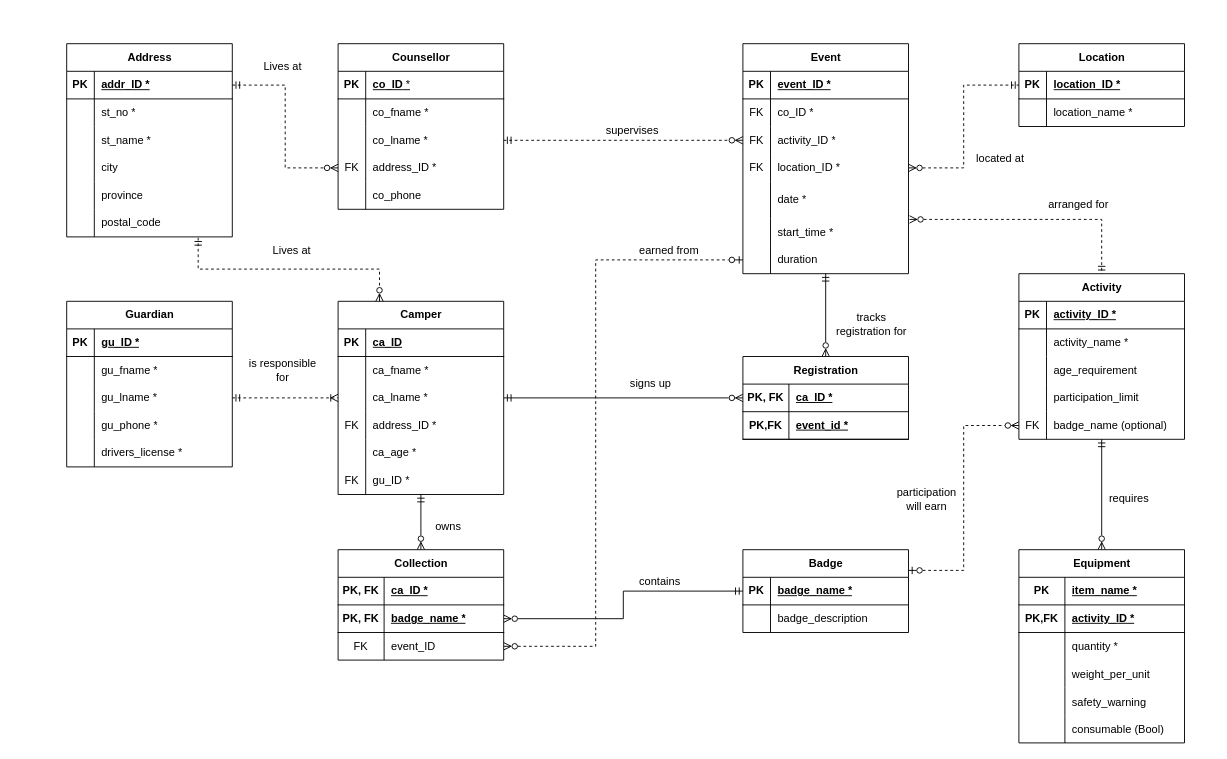
This is Camp ERD.drawio from zhrangui/torontomu, a draw.io file, before an edit. Source tidied: cells renumbered, new cells numbered last; positions are measured from the earlier drawing's top-left corner, leaving out a move shared by most shapes. Both pictures are drawn from the tidied source at 92%, with x=0, y=0 at pixel (66, 43).
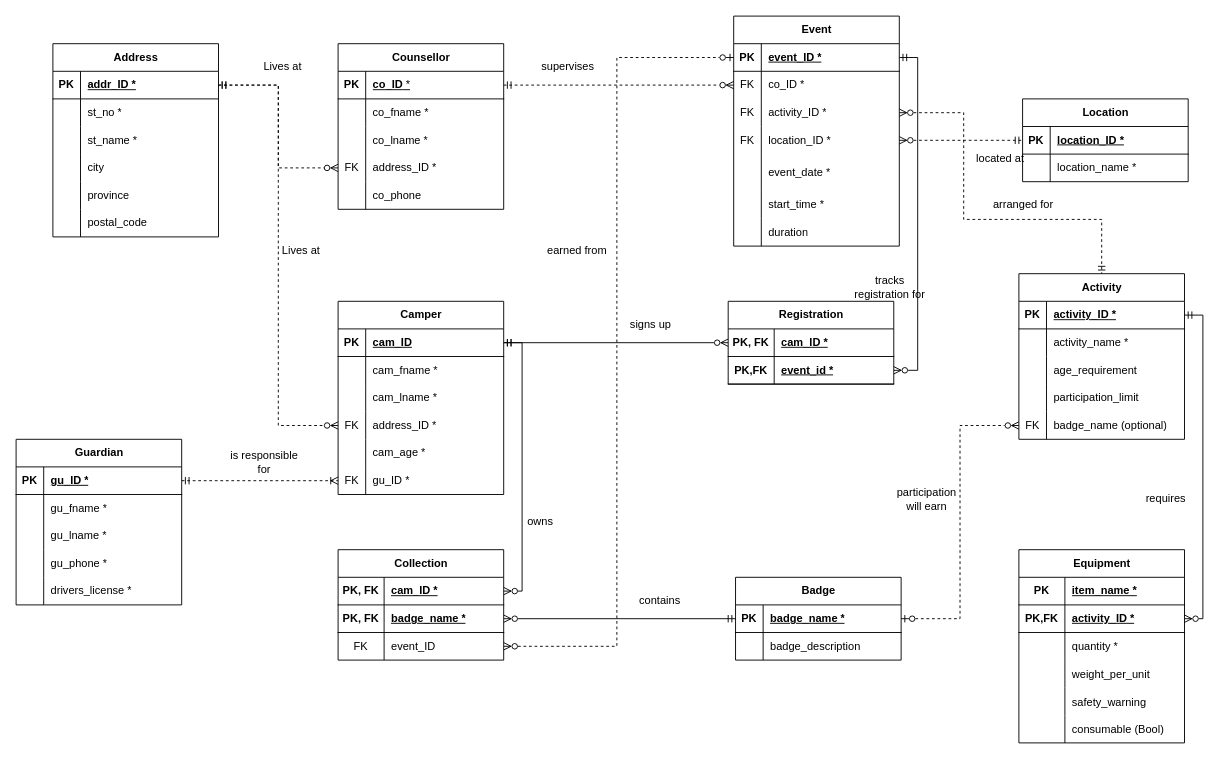
The same diagram, later.

The change refers to these unchanged cells:
```xml
<mxCell id="3" style="shape=tableRow;horizontal=0;startSize=0;swimlaneHead=0;swimlaneBody=0;fillColor=none;points=[[0,0.5],[1,0.5]];portConstraint=eastwest;top=0;left=0;right=0;bottom=1;" parent="2" vertex="1">
<mxCell id="9" style="shape=tableRow;horizontal=0;startSize=0;swimlaneHead=0;swimlaneBody=0;fillColor=none;points=[[0,0.5],[1,0.5]];portConstraint=eastwest;top=0;left=0;right=0;bottom=0;" parent="2" vertex="1">
<mxCell id="18" value="Camper" style="shape=table;startSize=30;childLayout=tableLayout;rowLines=0;fontStyle=1;align=center;html=1;" parent="1" vertex="1">
<mxCell id="19" style="shape=tableRow;horizontal=0;startSize=0;swimlaneHead=0;swimlaneBody=0;fillColor=none;points=[[0,0.5],[1,0.5]];portConstraint=eastwest;top=0;left=0;right=0;bottom=1;" parent="18" vertex="1">
<mxCell id="22" style="shape=tableRow;horizontal=0;startSize=0;swimlaneHead=0;swimlaneBody=0;fillColor=none;top=0;left=0;right=0;bottom=0;" parent="18" vertex="1">
<mxCell id="25" style="shape=tableRow;horizontal=0;startSize=0;swimlaneHead=0;swimlaneBody=0;fillColor=none;points=[[0,0.5],[1,0.5]];portConstraint=eastwest;top=0;left=0;right=0;bottom=0;" parent="18" vertex="1">
<mxCell id="28" style="shape=tableRow;horizontal=0;startSize=0;swimlaneHead=0;swimlaneBody=0;fillColor=none;points=[[0,0.5],[1,0.5]];portConstraint=eastwest;top=0;left=0;right=0;bottom=0;" parent="18" vertex="1">
<mxCell id="31" style="shape=tableRow;horizontal=0;startSize=0;swimlaneHead=0;swimlaneBody=0;fillColor=none;top=0;left=0;right=0;bottom=0;" parent="18" vertex="1">
<mxCell id="34" style="shape=tableRow;horizontal=0;startSize=0;swimlaneHead=0;swimlaneBody=0;fillColor=none;points=[[0,0.5],[1,0.5]];portConstraint=eastwest;top=0;left=0;right=0;bottom=0;" parent="18" vertex="1">
<mxCell id="39" style="shape=tableRow;horizontal=0;startSize=0;swimlaneHead=0;swimlaneBody=0;fillColor=none;points=[[0,0.5],[1,0.5]];portConstraint=eastwest;top=0;left=0;right=0;bottom=1;" parent="38" vertex="1">
<mxCell id="45" style="shape=tableRow;horizontal=0;startSize=0;swimlaneHead=0;swimlaneBody=0;fillColor=none;points=[[0,0.5],[1,0.5]];portConstraint=eastwest;top=0;left=0;right=0;bottom=0;" parent="38" vertex="1">
<mxCell id="55" style="shape=tableRow;horizontal=0;startSize=0;swimlaneHead=0;swimlaneBody=0;fillColor=none;points=[[0,0.5],[1,0.5]];portConstraint=eastwest;top=0;left=0;right=0;bottom=1;" parent="54" vertex="1">
<mxCell id="70" style="shape=tableRow;horizontal=0;startSize=0;swimlaneHead=0;swimlaneBody=0;fillColor=none;points=[[0,0.5],[1,0.5]];portConstraint=eastwest;top=0;left=0;right=0;bottom=0;" parent="54" vertex="1">
<mxCell id="73" value="Activity" style="shape=table;startSize=30;childLayout=tableLayout;rowLines=0;fontStyle=1;align=center;html=1;" parent="1" vertex="1">
<mxCell id="74" style="shape=tableRow;horizontal=0;startSize=0;swimlaneHead=0;swimlaneBody=0;fillColor=none;points=[[0,0.5],[1,0.5]];portConstraint=eastwest;top=0;left=0;right=0;bottom=1;" parent="73" vertex="1">
<mxCell id="86" style="shape=tableRow;horizontal=0;startSize=0;swimlaneHead=0;swimlaneBody=0;fillColor=none;points=[[0,0.5],[1,0.5]];portConstraint=eastwest;top=0;left=0;right=0;bottom=0;" parent="73" vertex="1">
<mxCell id="90" style="shape=tableRow;horizontal=0;startSize=0;swimlaneHead=0;swimlaneBody=0;fillColor=none;points=[[0,0.5],[1,0.5]];portConstraint=eastwest;top=0;left=0;right=0;bottom=1;" parent="89" vertex="1">
<mxCell id="93" style="shape=tableRow;horizontal=0;startSize=0;swimlaneHead=0;swimlaneBody=0;fillColor=none;points=[[0,0.5],[1,0.5]];portConstraint=eastwest;top=0;left=0;right=0;bottom=0;" parent="89" vertex="1">
<mxCell id="96" style="shape=tableRow;horizontal=0;startSize=0;swimlaneHead=0;swimlaneBody=0;fillColor=none;points=[[0,0.5],[1,0.5]];portConstraint=eastwest;top=0;left=0;right=0;bottom=0;" parent="89" vertex="1">
<mxCell id="102" style="shape=tableRow;horizontal=0;startSize=0;swimlaneHead=0;swimlaneBody=0;fillColor=none;points=[[0,0.5],[1,0.5]];portConstraint=eastwest;top=0;left=0;right=0;bottom=0;" parent="89" vertex="1">
<mxCell id="108" style="shape=tableRow;horizontal=0;startSize=0;swimlaneHead=0;swimlaneBody=0;fillColor=none;points=[[0,0.5],[1,0.5]];portConstraint=eastwest;top=0;left=0;right=0;bottom=0;" parent="89" vertex="1">
<mxCell id="113" style="shape=tableRow;horizontal=0;startSize=0;swimlaneHead=0;swimlaneBody=0;fillColor=none;points=[[0,0.5],[1,0.5]];portConstraint=eastwest;top=0;left=0;right=0;bottom=1;" parent="112" vertex="1">
<mxCell id="116" style="shape=tableRow;horizontal=0;startSize=0;swimlaneHead=0;swimlaneBody=0;fillColor=none;points=[[0,0.5],[1,0.5]];portConstraint=eastwest;top=0;left=0;right=0;bottom=1;" parent="112" vertex="1">
<mxCell id="120" style="shape=tableRow;horizontal=0;startSize=0;swimlaneHead=0;swimlaneBody=0;fillColor=none;points=[[0,0.5],[1,0.5]];portConstraint=eastwest;top=0;left=0;right=0;bottom=1;" parent="119" vertex="1">
<mxCell id="127" value="Equipment" style="shape=table;startSize=30;childLayout=tableLayout;rowLines=0;fontStyle=1;align=center;html=1;" parent="1" vertex="1">
<mxCell id="131" style="shape=tableRow;horizontal=0;startSize=0;swimlaneHead=0;swimlaneBody=0;fillColor=none;points=[[0,0.5],[1,0.5]];portConstraint=eastwest;top=0;left=0;right=0;bottom=1;" parent="127" vertex="1">
<mxCell id="157" value="Collection" style="shape=table;startSize=30;childLayout=tableLayout;rowLines=0;fontStyle=1;align=center;html=1;" parent="1" vertex="1">
<mxCell id="158" style="shape=tableRow;horizontal=0;startSize=0;swimlaneHead=0;swimlaneBody=0;fillColor=none;points=[[0,0.5],[1,0.5]];portConstraint=eastwest;top=0;left=0;right=0;bottom=1;" parent="157" vertex="1">
<mxCell id="161" style="shape=tableRow;horizontal=0;startSize=0;swimlaneHead=0;swimlaneBody=0;fillColor=none;points=[[0,0.5],[1,0.5]];portConstraint=eastwest;top=0;left=0;right=0;bottom=1;" parent="157" vertex="1">
<mxCell id="164" style="shape=tableRow;horizontal=0;startSize=0;swimlaneHead=0;swimlaneBody=0;fillColor=none;points=[[0,0.5],[1,0.5]];portConstraint=eastwest;top=0;left=0;right=0;bottom=0;" parent="157" vertex="1">
```

Change to the diagram source:
```diff
@@
-    <mxCell id="21" value="ca_ID" style="shape=partialRectangle;fillColor=none;top=0;left=0;bottom=0;right=0;align=left;spacingLeft=6;fontStyle=5;overflow=hidden;whiteSpace=wrap;html=1;" parent="19" vertex="1">
+    <mxCell id="21" value="cam_ID" style="shape=partialRectangle;fillColor=none;top=0;left=0;bottom=0;right=0;align=left;spacingLeft=6;fontStyle=5;overflow=hidden;whiteSpace=wrap;html=1;" parent="19" vertex="1">
       <mxGeometry x="30" width="150" height="30" as="geometry" />
     </mxCell>
@@
-    <mxCell id="24" value="ca_fname *" style="shape=partialRectangle;fillColor=none;top=0;left=0;bottom=0;right=0;align=left;spacingLeft=6;overflow=hidden;whiteSpace=wrap;html=1;" parent="22" vertex="1">
+    <mxCell id="24" value="cam_fname *" style="shape=partialRectangle;fillColor=none;top=0;left=0;bottom=0;right=0;align=left;spacingLeft=6;overflow=hidden;whiteSpace=wrap;html=1;" parent="22" vertex="1">
       <mxGeometry x="30" width="150" height="30" as="geometry" />
     </mxCell>
@@
-    <mxCell id="27" value="ca_lname *" style="shape=partialRectangle;fillColor=none;top=0;left=0;bottom=0;right=0;align=left;spacingLeft=6;overflow=hidden;whiteSpace=wrap;html=1;" parent="25" vertex="1">
+    <mxCell id="27" value="cam_lname *" style="shape=partialRectangle;fillColor=none;top=0;left=0;bottom=0;right=0;align=left;spacingLeft=6;overflow=hidden;whiteSpace=wrap;html=1;" parent="25" vertex="1">
       <mxGeometry x="30" width="150" height="30" as="geometry" />
     </mxCell>
@@
-    <mxCell id="33" value="ca_age *" style="shape=partialRectangle;fillColor=none;top=0;left=0;bottom=0;right=0;align=left;spacingLeft=6;fontStyle=0;overflow=hidden;whiteSpace=wrap;html=1;" parent="31" vertex="1">
+    <mxCell id="33" value="cam_age *" style="shape=partialRectangle;fillColor=none;top=0;left=0;bottom=0;right=0;align=left;spacingLeft=6;fontStyle=0;overflow=hidden;whiteSpace=wrap;html=1;" parent="31" vertex="1">
       <mxGeometry x="30" width="150" height="30" as="geometry" />
     </mxCell>
@@
-    <mxCell id="37" style="edgeStyle=orthogonalEdgeStyle;rounded=0;jettySize=auto;html=1;exitX=1;exitY=0.5;exitDx=0;exitDy=0;dashed=1;startArrow=ERmandOne;startFill=0;endArrow=ERoneToMany;endFill=0;" parent="1" edge="1" source="45" target="18">
+    <mxCell id="37" style="edgeStyle=orthogonalEdgeStyle;rounded=0;jettySize=auto;html=1;exitX=1;exitY=0.5;exitDx=0;exitDy=0;dashed=1;startArrow=ERmandOne;startFill=0;endArrow=ERoneToMany;endFill=0;entryX=0;entryY=0.5;entryDx=0;entryDy=0;" parent="1" edge="1" source="39" target="34">
       <mxGeometry relative="1" as="geometry" />
     </mxCell>
     <mxCell id="38" value="Guardian" style="shape=table;startSize=30;childLayout=tableLayout;rowLines=0;fontStyle=1;align=center;html=1;" parent="1" vertex="1">
-      <mxGeometry y="280" width="180" height="180" as="geometry" />
+      <mxGeometry x="-55" y="430" width="180" height="180" as="geometry" />
     </mxCell>
@@
     <mxCell id="54" value="Address" style="shape=table;startSize=30;childLayout=tableLayout;rowLines=0;fontStyle=1;align=center;html=1;" parent="1" vertex="1">
-      <mxGeometry width="180" height="210" as="geometry" />
+      <mxGeometry x="-15" width="180" height="210" as="geometry" />
     </mxCell>
@@
     <mxCell id="89" value="Event" style="shape=table;startSize=30;childLayout=tableLayout;rowLines=0;fontStyle=1;align=center;html=1;" parent="1" vertex="1">
-      <mxGeometry x="735" width="180" height="250" as="geometry" />
+      <mxGeometry x="725" y="-30" width="180" height="250" as="geometry" />
     </mxCell>
@@
-    <mxCell id="104" value="date *" style="shape=partialRectangle;fillColor=none;top=0;left=0;bottom=0;right=0;align=left;spacingLeft=6;overflow=hidden;whiteSpace=wrap;html=1;" parent="102" vertex="1">
+    <mxCell id="104" value="event_date *" style="shape=partialRectangle;fillColor=none;top=0;left=0;bottom=0;right=0;align=left;spacingLeft=6;overflow=hidden;whiteSpace=wrap;html=1;" parent="102" vertex="1">
       <mxGeometry x="30" width="150" height="40" as="geometry" />
     </mxCell>
@@
-    <mxCell id="111" style="edgeStyle=orthogonalEdgeStyle;rounded=0;jettySize=auto;html=1;exitX=0.5;exitY=0;exitDx=0;exitDy=0;endArrow=ERmandOne;endFill=0;startArrow=ERzeroToMany;startFill=0;" parent="1" edge="1" source="112" target="89">
+    <mxCell id="111" style="edgeStyle=orthogonalEdgeStyle;rounded=0;jettySize=auto;html=1;exitX=1;exitY=0.5;exitDx=0;exitDy=0;endArrow=ERmandOne;endFill=0;startArrow=ERzeroToMany;startFill=0;entryX=1;entryY=0.5;entryDx=0;entryDy=0;" parent="1" edge="1" source="116" target="90">
       <mxGeometry relative="1" as="geometry" />
     </mxCell>
     <mxCell id="112" value="Registration" style="shape=table;startSize=30;childLayout=tableLayout;rowLines=0;fontStyle=1;align=center;html=1;" parent="1" vertex="1">
-      <mxGeometry x="735" y="340" width="180" height="90" as="geometry" />
+      <mxGeometry x="719" y="280" width="180" height="90" as="geometry" />
     </mxCell>
@@
-    <mxCell id="115" value="ca_ID *" style="shape=partialRectangle;fillColor=none;top=0;left=0;bottom=0;right=0;align=left;spacingLeft=6;fontStyle=5;overflow=hidden;whiteSpace=wrap;html=1;" parent="113" vertex="1">
+    <mxCell id="115" value="cam_ID *" style="shape=partialRectangle;fillColor=none;top=0;left=0;bottom=0;right=0;align=left;spacingLeft=6;fontStyle=5;overflow=hidden;whiteSpace=wrap;html=1;" parent="113" vertex="1">
       <mxGeometry x="50" width="130" height="30" as="geometry" />
     </mxCell>
@@
     <mxCell id="119" value="Badge" style="shape=table;startSize=30;childLayout=tableLayout;rowLines=0;fontStyle=1;align=center;html=1;" parent="1" vertex="1">
-      <mxGeometry x="735" y="550" width="180" height="90" as="geometry" />
+      <mxGeometry x="727" y="580" width="180" height="90" as="geometry" />
     </mxCell>
@@
-    <mxCell id="126" style="edgeStyle=orthogonalEdgeStyle;rounded=0;jettySize=auto;html=1;exitX=0.5;exitY=0;exitDx=0;exitDy=0;startArrow=ERzeroToMany;startFill=0;endArrow=ERmandOne;endFill=0;" parent="1" edge="1" source="127" target="73">
+    <mxCell id="126" style="edgeStyle=orthogonalEdgeStyle;rounded=0;jettySize=auto;html=1;exitX=1;exitY=0.5;exitDx=0;exitDy=0;startArrow=ERzeroToMany;startFill=0;endArrow=ERmandOne;endFill=0;entryX=1;entryY=0.5;entryDx=0;entryDy=0;" parent="1" edge="1" source="131" target="74">
       <mxGeometry relative="1" as="geometry" />
     </mxCell>
@@
     <mxCell id="146" value="Location" style="shape=table;startSize=30;childLayout=tableLayout;rowLines=0;fontStyle=1;align=center;html=1;" parent="1" vertex="1">
-      <mxGeometry x="1035" width="180" height="90" as="geometry" />
+      <mxGeometry x="1039" y="60" width="180" height="90" as="geometry" />
     </mxCell>
@@
-    <mxCell id="155" style="edgeStyle=orthogonalEdgeStyle;rounded=0;jettySize=auto;html=1;exitX=0.5;exitY=0;exitDx=0;exitDy=0;startArrow=ERzeroToMany;startFill=0;endArrow=ERmandOne;endFill=0;" parent="1" edge="1" source="157" target="18">
-      <mxGeometry relative="1" as="geometry" />
+    <mxCell id="155" style="edgeStyle=orthogonalEdgeStyle;rounded=0;jettySize=auto;html=1;startArrow=ERzeroToMany;startFill=0;endArrow=ERmandOne;endFill=0;entryX=1;entryY=0.5;entryDx=0;entryDy=0;" parent="1" edge="1" source="158" target="19">
+      <mxGeometry relative="1" as="geometry">
+        <Array as="points">
+          <mxPoint x="495" y="595" />
+          <mxPoint x="495" y="325" />
+        </Array>
+      </mxGeometry>
     </mxCell>
-    <mxCell id="156" style="edgeStyle=orthogonalEdgeStyle;rounded=0;jettySize=auto;html=1;startArrow=ERzeroToMany;startFill=0;endArrow=ERmandOne;endFill=0;exitX=1;exitY=0.5;exitDx=0;exitDy=0;" parent="1" edge="1" source="161" target="119">
+    <mxCell id="156" style="edgeStyle=orthogonalEdgeStyle;rounded=0;jettySize=auto;html=1;startArrow=ERzeroToMany;startFill=0;endArrow=ERmandOne;endFill=0;exitX=1;exitY=0.5;exitDx=0;exitDy=0;entryX=0;entryY=0.5;entryDx=0;entryDy=0;" parent="1" edge="1" source="161" target="120">
       <mxGeometry relative="1" as="geometry">
         <Array as="points">
-          <mxPoint x="605" y="625" />
-          <mxPoint x="605" y="595" />
+          <mxPoint x="728" y="625" />
         </Array>
       </mxGeometry>
     </mxCell>
@@
-    <mxCell id="160" value="ca_ID *" style="shape=partialRectangle;fillColor=none;top=0;left=0;bottom=0;right=0;align=left;spacingLeft=6;fontStyle=5;overflow=hidden;whiteSpace=wrap;html=1;" parent="158" vertex="1">
+    <mxCell id="160" value="cam_ID *" style="shape=partialRectangle;fillColor=none;top=0;left=0;bottom=0;right=0;align=left;spacingLeft=6;fontStyle=5;overflow=hidden;whiteSpace=wrap;html=1;" parent="158" vertex="1">
       <mxGeometry x="50" width="130" height="30" as="geometry" />
     </mxCell>
@@
     <mxCell id="169" value="Lives at" style="text;html=1;whiteSpace=wrap;strokeColor=none;fillColor=none;align=center;verticalAlign=middle;rounded=0;" parent="1" vertex="1">
-      <mxGeometry x="215" y="210" width="60" height="30" as="geometry" />
+      <mxGeometry x="225" y="210" width="60" height="30" as="geometry" />
     </mxCell>
-    <mxCell id="170" style="edgeStyle=orthogonalEdgeStyle;rounded=0;jettySize=auto;html=1;exitX=0.794;exitY=1.033;exitDx=0;exitDy=0;entryX=0.25;entryY=0;entryDx=0;entryDy=0;exitPerimeter=0;startArrow=ERmandOne;startFill=0;endArrow=ERzeroToMany;endFill=0;dashed=1;" parent="1" edge="1" source="70" target="18">
+    <mxCell id="170" style="edgeStyle=orthogonalEdgeStyle;rounded=0;jettySize=auto;html=1;exitX=1;exitY=0.5;exitDx=0;exitDy=0;entryX=0;entryY=0.5;entryDx=0;entryDy=0;startArrow=ERmandOne;startFill=0;endArrow=ERzeroToMany;endFill=0;dashed=1;" parent="1" edge="1" source="55" target="28">
       <mxGeometry relative="1" as="geometry" />
     </mxCell>
     <mxCell id="171" value="is responsible for" style="text;html=1;whiteSpace=wrap;strokeColor=none;fillColor=none;align=center;verticalAlign=middle;rounded=0;" parent="1" vertex="1">
-      <mxGeometry x="195" y="340" width="80" height="30" as="geometry" />
+      <mxGeometry x="175" y="440" width="80" height="30" as="geometry" />
     </mxCell>
     <mxCell id="172" value="owns" style="text;html=1;whiteSpace=wrap;strokeColor=none;fillColor=none;align=center;verticalAlign=middle;rounded=0;" parent="1" vertex="1">
-      <mxGeometry x="375" y="510" width="80" height="30" as="geometry" />
+      <mxGeometry x="475" y="505" width="80" height="30" as="geometry" />
     </mxCell>
     <mxCell id="173" value="contains" style="text;html=1;whiteSpace=wrap;strokeColor=none;fillColor=none;align=center;verticalAlign=middle;rounded=0;" parent="1" vertex="1">
-      <mxGeometry x="605" y="570" width="80" height="30" as="geometry" />
+      <mxGeometry x="605" y="590" width="80" height="30" as="geometry" />
     </mxCell>
     <mxCell id="174" value="requires" style="text;html=1;whiteSpace=wrap;strokeColor=none;fillColor=none;align=center;verticalAlign=middle;rounded=0;" parent="1" vertex="1">
-      <mxGeometry x="1115" y="480" width="80" height="30" as="geometry" />
+      <mxGeometry x="1155" y="480" width="80" height="30" as="geometry" />
     </mxCell>
     <mxCell id="175" value="arranged for" style="text;html=1;whiteSpace=wrap;strokeColor=none;fillColor=none;align=center;verticalAlign=middle;rounded=0;" parent="1" vertex="1">
-      <mxGeometry x="1055" y="160" width="90" height="30" as="geometry" />
+      <mxGeometry x="995" y="160" width="90" height="30" as="geometry" />
     </mxCell>
-    <mxCell id="176" style="edgeStyle=orthogonalEdgeStyle;rounded=0;jettySize=auto;html=1;exitX=1;exitY=0.25;exitDx=0;exitDy=0;entryX=0;entryY=0.5;entryDx=0;entryDy=0;dashed=1;startArrow=ERzeroToOne;startFill=0;endArrow=ERzeroToMany;endFill=0;" parent="1" edge="1" source="119" target="86">
+    <mxCell id="176" style="edgeStyle=orthogonalEdgeStyle;rounded=0;jettySize=auto;html=1;exitX=1;exitY=0.5;exitDx=0;exitDy=0;entryX=0;entryY=0.5;entryDx=0;entryDy=0;dashed=1;startArrow=ERzeroToOne;startFill=0;endArrow=ERzeroToMany;endFill=0;" parent="1" edge="1" source="120" target="86">
       <mxGeometry relative="1" as="geometry" />
     </mxCell>
@@
-    <mxCell id="178" style="edgeStyle=orthogonalEdgeStyle;rounded=0;jettySize=auto;html=1;exitX=1;exitY=0.5;exitDx=0;exitDy=0;entryX=0;entryY=0.5;entryDx=0;entryDy=0;jumpStyle=none;dashed=1;startArrow=ERzeroToMany;startFill=0;endArrow=ERzeroToOne;endFill=0;" parent="1" edge="1" source="164" target="108">
+    <mxCell id="178" style="edgeStyle=orthogonalEdgeStyle;rounded=0;jettySize=auto;html=1;exitX=1;exitY=0.5;exitDx=0;exitDy=0;jumpStyle=none;dashed=1;startArrow=ERzeroToMany;startFill=0;endArrow=ERzeroToOne;endFill=0;entryX=0;entryY=0.5;entryDx=0;entryDy=0;" parent="1" edge="1" source="164" target="90">
       <mxGeometry relative="1" as="geometry">
         <Array as="points">
-          <mxPoint x="575" y="655" />
-          <mxPoint x="575" y="235" />
+          <mxPoint x="598" y="655" />
+          <mxPoint x="598" y="15" />
         </Array>
       </mxGeometry>
     </mxCell>
     <mxCell id="179" value="earned from" style="text;html=1;whiteSpace=wrap;strokeColor=none;fillColor=none;align=center;verticalAlign=middle;rounded=0;" parent="1" vertex="1">
-      <mxGeometry x="615" y="210" width="80" height="30" as="geometry" />
+      <mxGeometry x="515" y="210" width="80" height="30" as="geometry" />
     </mxCell>
-    <mxCell id="180" style="edgeStyle=orthogonalEdgeStyle;rounded=0;jettySize=auto;html=1;exitX=1;exitY=0.5;exitDx=0;exitDy=0;entryX=0;entryY=0.5;entryDx=0;entryDy=0;startArrow=ERmandOne;startFill=0;endArrow=ERzeroToMany;endFill=0;" parent="1" edge="1" source="25" target="113">
+    <mxCell id="180" style="edgeStyle=orthogonalEdgeStyle;rounded=0;jettySize=auto;html=1;exitX=1;exitY=0.5;exitDx=0;exitDy=0;entryX=0;entryY=0.5;entryDx=0;entryDy=0;startArrow=ERmandOne;startFill=0;endArrow=ERzeroToMany;endFill=0;" parent="1" edge="1" source="19" target="113">
       <mxGeometry relative="1" as="geometry" />
     </mxCell>
     <mxCell id="181" value="signs up" style="text;html=1;whiteSpace=wrap;strokeColor=none;fillColor=none;align=center;verticalAlign=middle;rounded=0;" parent="1" vertex="1">
-      <mxGeometry x="595" y="355" width="80" height="30" as="geometry" />
+      <mxGeometry x="595" y="290" width="80" height="30" as="geometry" />
     </mxCell>
     <mxCell id="182" value="tracks registration for" style="text;html=1;whiteSpace=wrap;strokeColor=none;fillColor=none;align=center;verticalAlign=middle;rounded=0;" parent="1" vertex="1">
-      <mxGeometry x="835" y="290" width="80" height="30" as="geometry" />
+      <mxGeometry x="855" y="250" width="80" height="30" as="geometry" />
     </mxCell>
-    <mxCell id="183" style="edgeStyle=orthogonalEdgeStyle;rounded=0;jettySize=auto;html=1;exitX=1;exitY=0.5;exitDx=0;exitDy=0;entryX=0;entryY=0.5;entryDx=0;entryDy=0;dashed=1;endArrow=ERzeroToMany;endFill=0;startArrow=ERmandOne;startFill=0;" parent="1" edge="1" source="9" target="96">
+    <mxCell id="183" style="edgeStyle=orthogonalEdgeStyle;rounded=0;jettySize=auto;html=1;exitX=1;exitY=0.5;exitDx=0;exitDy=0;entryX=0;entryY=0.5;entryDx=0;entryDy=0;dashed=1;endArrow=ERzeroToMany;endFill=0;startArrow=ERmandOne;startFill=0;" parent="1" edge="1" source="3" target="93">
       <mxGeometry relative="1" as="geometry" />
     </mxCell>
     <mxCell id="184" value="supervises" style="text;html=1;whiteSpace=wrap;strokeColor=none;fillColor=none;align=center;verticalAlign=middle;rounded=0;" parent="1" vertex="1">
-      <mxGeometry x="575" y="80" width="80" height="30" as="geometry" />
+      <mxGeometry x="505" y="10" width="80" height="30" as="geometry" />
     </mxCell>
-    <mxCell id="185" style="edgeStyle=orthogonalEdgeStyle;rounded=0;jettySize=auto;html=1;exitX=1.006;exitY=1.025;exitDx=0;exitDy=0;entryX=0.5;entryY=0;entryDx=0;entryDy=0;dashed=1;exitPerimeter=0;startArrow=ERzeroToMany;startFill=0;endArrow=ERmandOne;endFill=0;" parent="1" edge="1" source="102" target="73">
+    <mxCell id="185" style="edgeStyle=orthogonalEdgeStyle;rounded=0;jettySize=auto;html=1;exitX=1;exitY=0.5;exitDx=0;exitDy=0;entryX=0.5;entryY=0;entryDx=0;entryDy=0;dashed=1;startArrow=ERzeroToMany;startFill=0;endArrow=ERmandOne;endFill=0;" parent="1" edge="1" source="96" target="73">
       <mxGeometry relative="1" as="geometry">
         <Array as="points">
+          <mxPoint x="975" y="75" />
+          <mxPoint x="975" y="191" />
           <mxPoint x="1125" y="191" />
         </Array>
       </mxGeometry>
     </mxCell>
```
